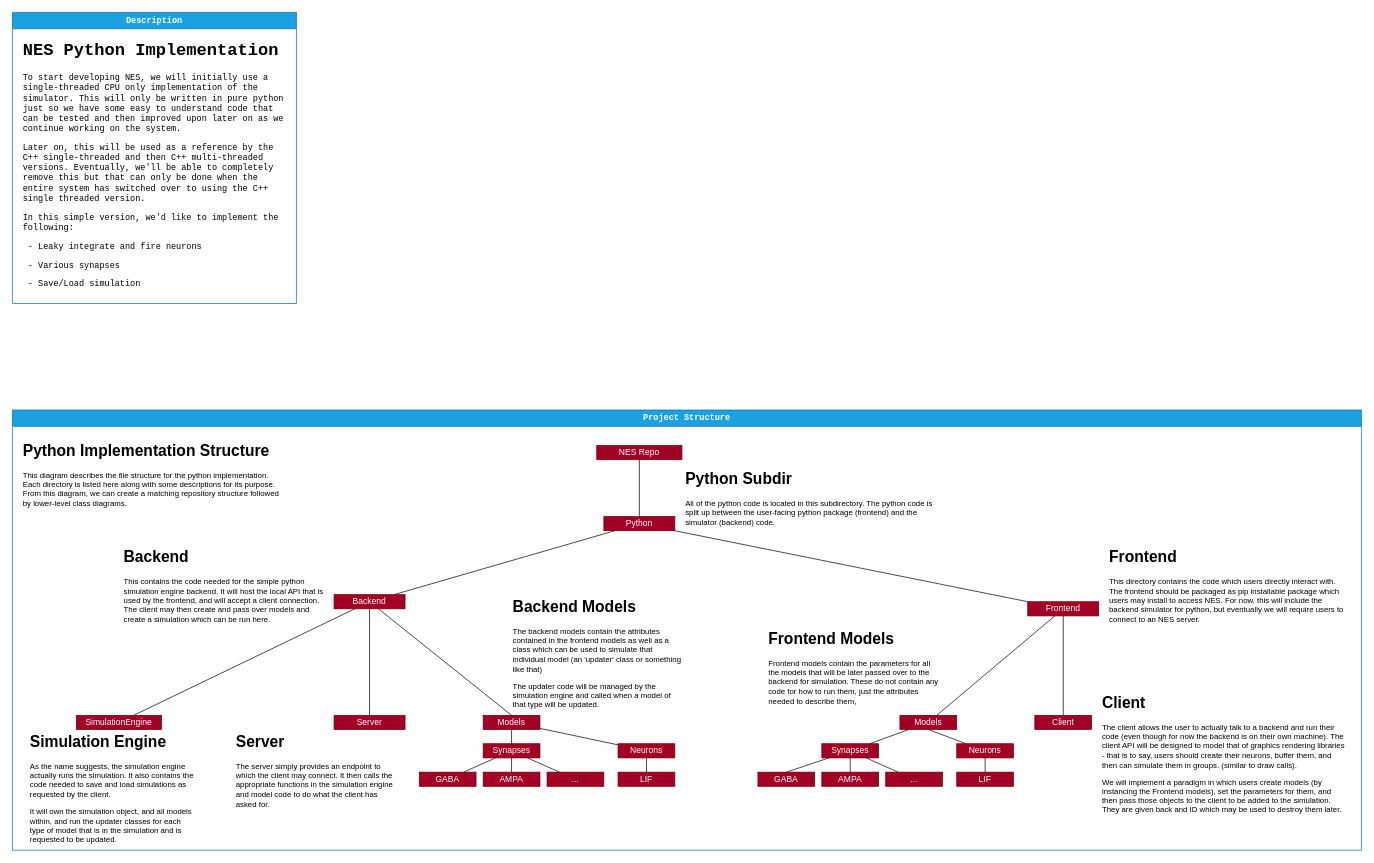
Above: page "Page-5" (5 of 5) of Docs/BlockDiagrams/BrainGenix-NES.drawio in carboncopies/BrainGenix-NES (draw.io), before the change. Source tidied: cells renumbered, new cells numbered last; positions are measured from the earlier drawing's top-left corner, leaving out a move shared by most shapes. Both pictures are drawn from the tidied source at 71%, with x=0, y=0 at pixel (12, 12).
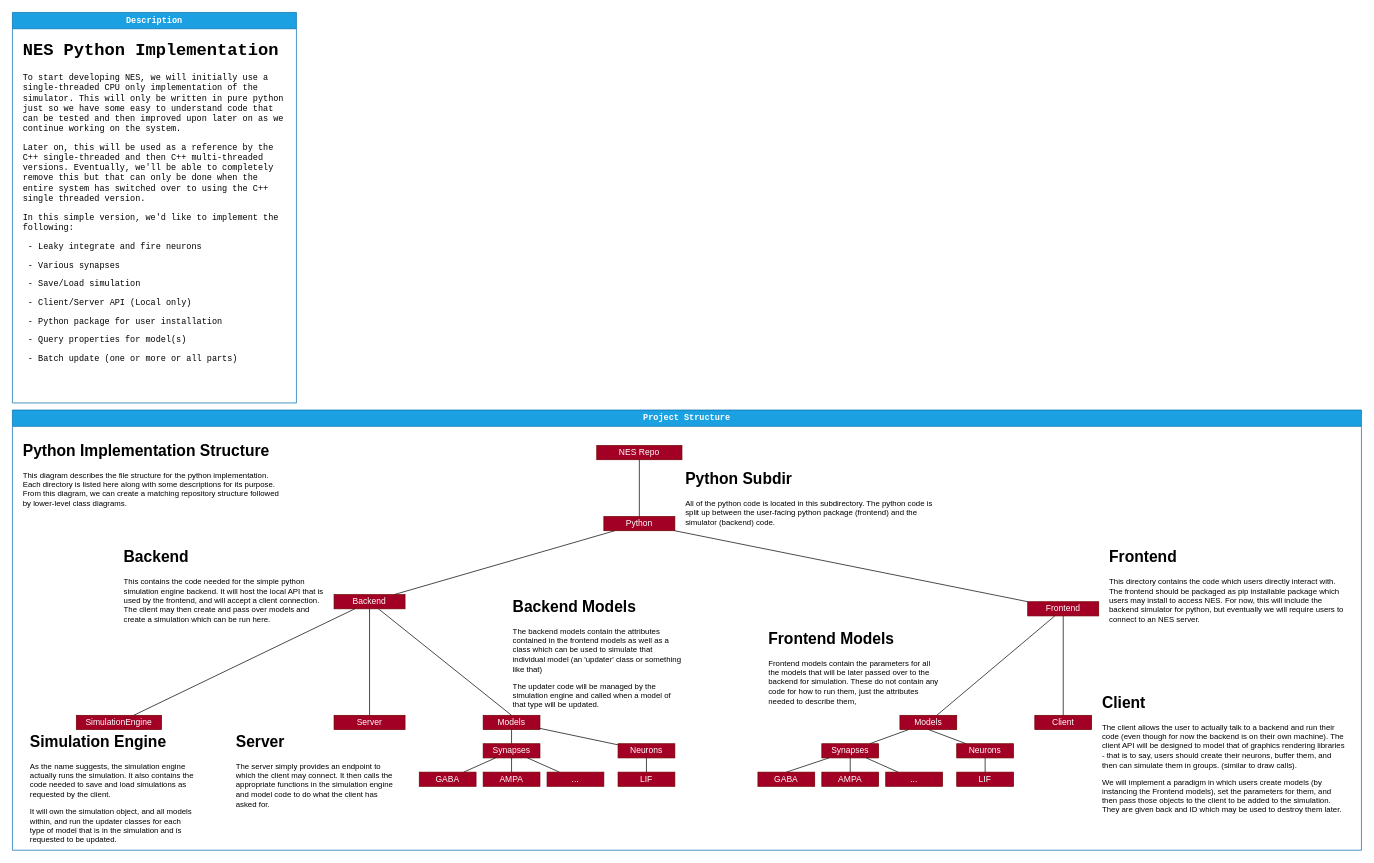
Above is the later version.

Commit message:
Update Project Diagram Description

Diff of the diagram source:
```diff
@@
     <mxCell id="2" value="Description" style="swimlane;whiteSpace=wrap;html=1;rounded=0;strokeColor=#006EAF;fontFamily=Courier New;fontSize=12;fontColor=#ffffff;startSize=23;fillColor=#1ba1e2;" parent="1" vertex="1">
-      <mxGeometry width="400" height="410" as="geometry" />
+      <mxGeometry width="400" height="550" as="geometry" />
     </mxCell>
-    <mxCell id="3" value="&lt;h1&gt;NES Python Implementation&lt;/h1&gt;&lt;p&gt;To start developing NES, we will initially use a single-threaded CPU only implementation of the simulator. This will only be written in pure python just so we have some easy to understand code that can be tested and then improved upon later on as we continue working on the system.&lt;/p&gt;&lt;p&gt;Later on, this will be used as a reference by the C++ single-threaded and then C++ multi-threaded versions. Eventually, we'll be able to completely remove this but that can only be done when the entire system has switched over to using the C++ single threaded version.&lt;/p&gt;&lt;p&gt;In this simple version, we'd like to implement the following:&lt;/p&gt;&lt;p&gt;&amp;nbsp;- Leaky integrate and fire neurons&lt;/p&gt;&lt;p&gt;&amp;nbsp;- Various synapses&lt;/p&gt;&lt;p&gt;&amp;nbsp;- Save/Load simulation&lt;/p&gt;" style="text;html=1;strokeColor=none;fillColor=none;spacing=5;spacingTop=-20;whiteSpace=wrap;overflow=hidden;rounded=0;fontFamily=Courier New;" parent="2" vertex="1">
-      <mxGeometry x="10" y="35" width="380" height="365" as="geometry" />
+    <mxCell id="3" value="&lt;h1&gt;NES Python Implementation&lt;/h1&gt;&lt;p&gt;To start developing NES, we will initially use a single-threaded CPU only implementation of the simulator. This will only be written in pure python just so we have some easy to understand code that can be tested and then improved upon later on as we continue working on the system.&lt;/p&gt;&lt;p&gt;Later on, this will be used as a reference by the C++ single-threaded and then C++ multi-threaded versions. Eventually, we'll be able to completely remove this but that can only be done when the entire system has switched over to using the C++ single threaded version.&lt;/p&gt;&lt;p&gt;In this simple version, we'd like to implement the following:&lt;/p&gt;&lt;p&gt;&amp;nbsp;- Leaky integrate and fire neurons&lt;/p&gt;&lt;p&gt;&amp;nbsp;- Various synapses&lt;/p&gt;&lt;p&gt;&amp;nbsp;- Save/Load simulation&lt;/p&gt;&lt;p&gt;&amp;nbsp;- Client/Server API (Local only)&lt;/p&gt;&lt;p&gt;&amp;nbsp;- Python package for user installation&lt;/p&gt;&lt;p&gt;&amp;nbsp;- Query properties for model(s)&lt;/p&gt;&lt;p&gt;&amp;nbsp;- Batch update (one or more or all parts)&lt;/p&gt;" style="text;html=1;strokeColor=none;fillColor=none;spacing=5;spacingTop=-20;whiteSpace=wrap;overflow=hidden;rounded=0;fontFamily=Courier New;" parent="2" vertex="1">
+      <mxGeometry x="10" y="35" width="380" height="505" as="geometry" />
     </mxCell>
```
